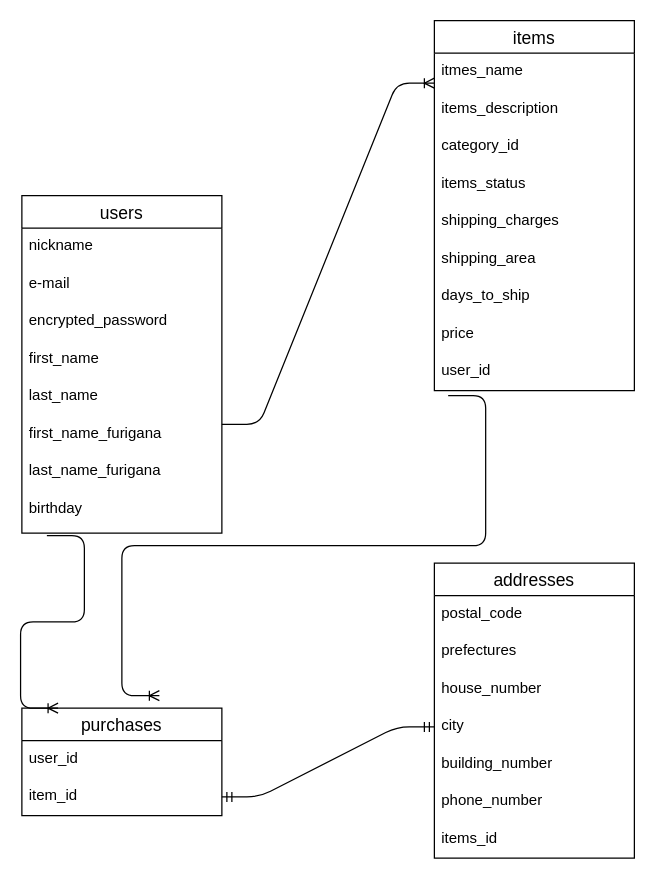
Above: config/test.dio in NTD1995/furima-32323 (draw.io), before the change. Source tidied: cells renumbered, new cells numbered last; positions are measured from the earlier drawing's top-left corner, leaving out a move shared by most shapes. Both pictures are drawn from the tidied source at 125%, with x=0, y=0 at pixel (21, 20).
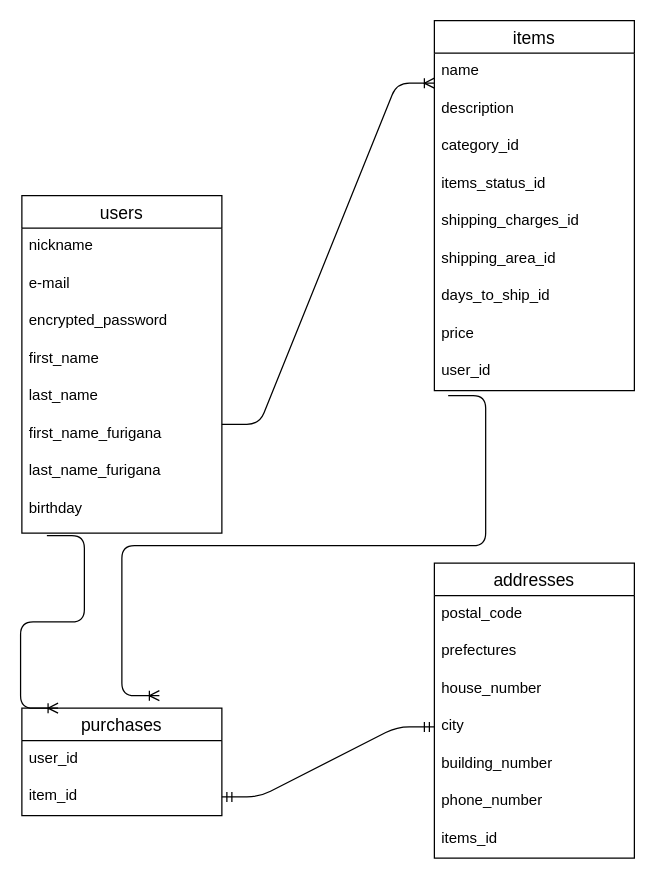
The same page after the edit.

The change refers to these unchanged cells:
```xml
<mxCell id="10" value="items" style="swimlane;fontStyle=0;horizontal=1;startSize=26;align=center;fontSize=14;" parent="1" vertex="1">
  <mxGeometry x="330" width="160" height="296" as="geometry" />
</mxCell>
```

Diff of the diagram source:
```diff
@@
-    <mxCell id="11" value="itmes_name" style="text;strokeColor=none;fillColor=none;spacingLeft=4;spacingRight=4;overflow=hidden;fontSize=12;" parent="10" vertex="1">
+    <mxCell id="11" value="name" style="text;strokeColor=none;fillColor=none;spacingLeft=4;spacingRight=4;overflow=hidden;fontSize=12;" parent="10" vertex="1">
       <mxGeometry y="26" width="160" height="30" as="geometry" />
     </mxCell>
-    <mxCell id="12" value="items_description" style="text;strokeColor=none;fillColor=none;spacingLeft=4;spacingRight=4;overflow=hidden;fontSize=12;" parent="10" vertex="1">
+    <mxCell id="12" value="description" style="text;strokeColor=none;fillColor=none;spacingLeft=4;spacingRight=4;overflow=hidden;fontSize=12;" parent="10" vertex="1">
       <mxGeometry y="56" width="160" height="30" as="geometry" />
     </mxCell>
@@
-    <mxCell id="14" value="items_status" style="text;strokeColor=none;fillColor=none;spacingLeft=4;spacingRight=4;overflow=hidden;fontSize=12;" parent="10" vertex="1">
+    <mxCell id="14" value="items_status_id" style="text;strokeColor=none;fillColor=none;spacingLeft=4;spacingRight=4;overflow=hidden;fontSize=12;" parent="10" vertex="1">
       <mxGeometry y="116" width="160" height="30" as="geometry" />
     </mxCell>
-    <mxCell id="15" value="shipping_charges" style="text;strokeColor=none;fillColor=none;spacingLeft=4;spacingRight=4;overflow=hidden;fontSize=12;" parent="10" vertex="1">
+    <mxCell id="15" value="shipping_charges_id" style="text;strokeColor=none;fillColor=none;spacingLeft=4;spacingRight=4;overflow=hidden;fontSize=12;" parent="10" vertex="1">
       <mxGeometry y="146" width="160" height="30" as="geometry" />
     </mxCell>
-    <mxCell id="16" value="shipping_area" style="text;strokeColor=none;fillColor=none;spacingLeft=4;spacingRight=4;overflow=hidden;fontSize=12;" parent="10" vertex="1">
+    <mxCell id="16" value="shipping_area_id" style="text;strokeColor=none;fillColor=none;spacingLeft=4;spacingRight=4;overflow=hidden;fontSize=12;" parent="10" vertex="1">
       <mxGeometry y="176" width="160" height="30" as="geometry" />
     </mxCell>
-    <mxCell id="17" value="days_to_ship" style="text;strokeColor=none;fillColor=none;spacingLeft=4;spacingRight=4;overflow=hidden;fontSize=12;" parent="10" vertex="1">
+    <mxCell id="17" value="days_to_ship_id" style="text;strokeColor=none;fillColor=none;spacingLeft=4;spacingRight=4;overflow=hidden;fontSize=12;" parent="10" vertex="1">
       <mxGeometry y="206" width="160" height="30" as="geometry" />
     </mxCell>
```
